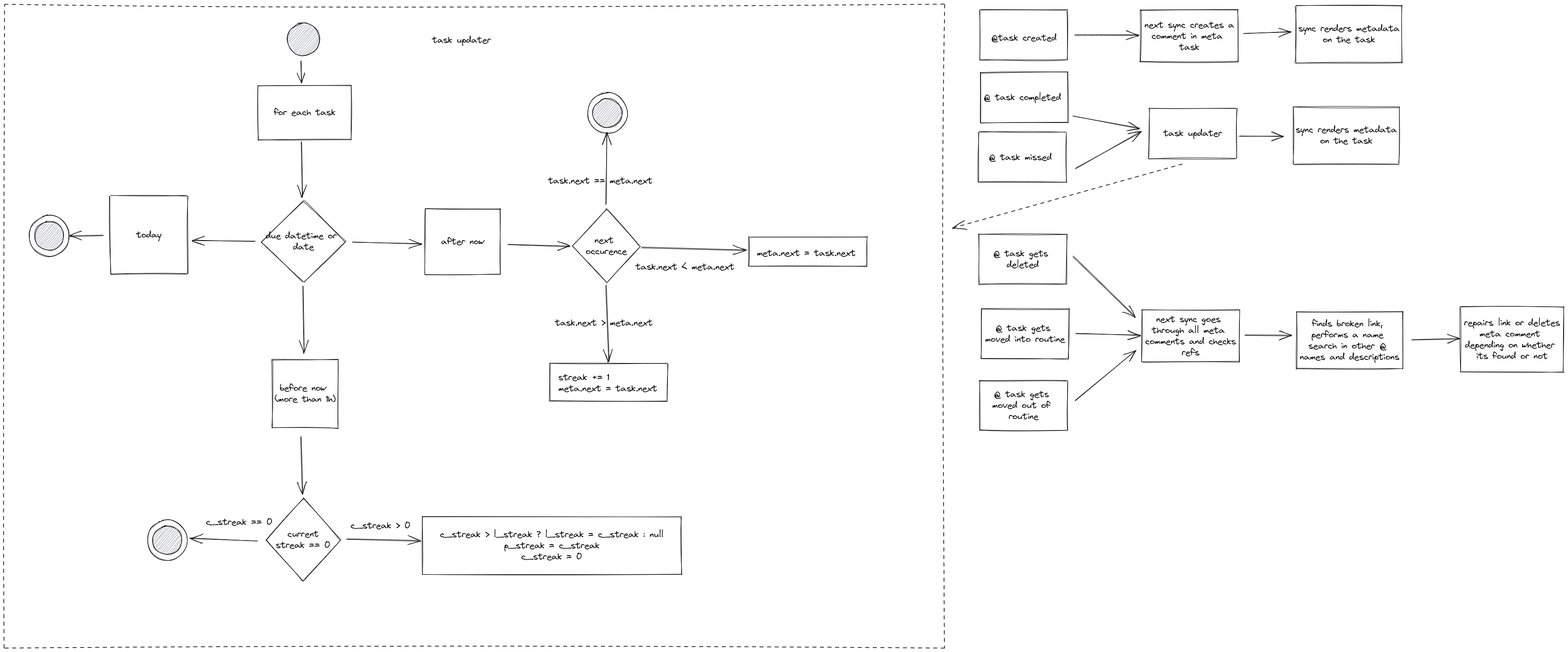
Above: docs/todoist-habits.excalidraw.png in hpdobrica/todoist-habits (Excalidraw), before the change. Source tidied: one line per element, renumbered; positions are measured from the earlier drawing's top-left corner, leaving out a move shared by most shapes. Source of this version:
```json
{"id": 0, "type": "rectangle", "strokeColor": "#000000", "strokeWidth": 1, "roughness": 1, "x": 2197, "y": 13, "width": 197, "height": 113}
{"id": 1, "type": "rectangle", "strokeColor": "#000000", "strokeWidth": 1, "roughness": 1, "x": 2577, "y": 234, "width": 197, "height": 113}
{"id": 2, "type": "text", "text": "@task created", "strokeColor": "#000000", "strokeWidth": 1, "roughness": 1, "fontSize": 20, "fontFamily": 1, "textAlign": "center", "verticalAlign": "middle", "inside": 0, "x": 2220, "y": 63, "width": 150, "height": 25}
{"id": 3, "type": "text", "text": "task updater", "strokeColor": "#000000", "strokeWidth": 1, "roughness": 1, "fontSize": 20, "fontFamily": 1, "textAlign": "center", "verticalAlign": "middle", "inside": 1, "x": 2582, "y": 278, "width": 187, "height": 25}
{"id": 4, "type": "arrow", "strokeColor": "#000000", "strokeWidth": 1, "roughness": 1, "endArrowhead": "arrow", "from": 0, "to": 5, "x": 2410, "y": 68, "width": 146, "height": 1, "points": [[0, 0], [146, 1]]}
{"id": 5, "type": "rectangle", "strokeColor": "#000000", "strokeWidth": 1, "roughness": 1, "x": 2558, "y": 13, "width": 220, "height": 117}
{"id": 6, "type": "text", "text": "next sync creates a\ncomment in meta \ntask", "strokeColor": "#000000", "strokeWidth": 1, "roughness": 1, "fontSize": 20, "fontFamily": 1, "textAlign": "center", "verticalAlign": "middle", "inside": 5, "x": 2563, "y": 34, "width": 210, "height": 75}
{"id": 7, "type": "rectangle", "strokeColor": "#000000", "strokeWidth": 1, "roughness": 1, "x": 2908, "y": 3, "width": 239, "height": 129}
{"id": 8, "type": "arrow", "strokeColor": "#000000", "strokeWidth": 1, "roughness": 1, "endArrowhead": "arrow", "from": 5, "to": 7, "x": 2790, "y": 65, "width": 107, "height": 4, "points": [[0, 0], [107, -4]]}
{"id": 9, "type": "text", "text": "sync renders metadata\non the task", "strokeColor": "#000000", "strokeWidth": 1, "roughness": 1, "fontSize": 20, "fontFamily": 1, "textAlign": "center", "verticalAlign": "middle", "inside": 7, "x": 2913, "y": 42, "width": 229, "height": 50}
{"id": 10, "type": "rectangle", "strokeColor": "#000000", "strokeWidth": 1, "roughness": 1, "x": 2902, "y": 231, "width": 239, "height": 129}
{"id": 11, "type": "text", "text": "sync renders metadata\non the task", "strokeColor": "#000000", "strokeWidth": 1, "roughness": 1, "fontSize": 20, "fontFamily": 1, "textAlign": "center", "verticalAlign": "middle", "inside": 10, "x": 2907, "y": 270, "width": 229, "height": 50}
{"id": 12, "type": "rectangle", "strokeColor": "#000000", "strokeWidth": 1, "roughness": 1, "x": 2195, "y": 517, "width": 197, "height": 113}
{"id": 13, "type": "rectangle", "strokeColor": "#000000", "strokeWidth": 1, "roughness": 1, "x": 2200, "y": 685, "width": 197, "height": 113}
{"id": 14, "type": "rectangle", "strokeColor": "#000000", "strokeWidth": 1, "roughness": 1, "x": 2196, "y": 847, "width": 197, "height": 113}
{"id": 15, "type": "text", "text": "@ task gets \ndeleted", "strokeColor": "#000000", "strokeWidth": 1, "roughness": 1, "fontSize": 20, "fontFamily": 1, "textAlign": "center", "verticalAlign": "middle", "inside": 12, "x": 2200, "y": 549, "width": 187, "height": 50}
{"id": 16, "type": "text", "text": "@ task gets \nmoved into routine", "strokeColor": "#000000", "strokeWidth": 1, "roughness": 1, "fontSize": 20, "fontFamily": 1, "textAlign": "center", "verticalAlign": "middle", "inside": 13, "x": 2205, "y": 717, "width": 187, "height": 50}
{"id": 17, "type": "text", "text": "@ task gets \nmoved out of \nroutine", "strokeColor": "#000000", "strokeWidth": 1, "roughness": 1, "fontSize": 20, "fontFamily": 1, "textAlign": "center", "verticalAlign": "middle", "inside": 14, "x": 2201, "y": 866, "width": 187, "height": 75}
{"id": 18, "type": "arrow", "strokeColor": "#000000", "strokeWidth": 1, "roughness": 1, "endArrowhead": "arrow", "from": 13, "to": 19, "x": 2412, "y": 742, "width": 146, "height": 2, "points": [[0, 0], [146, 2]]}
{"id": 19, "type": "rectangle", "strokeColor": "#000000", "strokeWidth": 1, "roughness": 1, "x": 2561, "y": 688, "width": 220, "height": 117}
{"id": 20, "type": "text", "text": "next sync goes \nthrough all meta \ncomments and checks\nrefs", "strokeColor": "#000000", "strokeWidth": 1, "roughness": 1, "fontSize": 20, "fontFamily": 1, "textAlign": "center", "verticalAlign": "middle", "inside": 19, "x": 2566, "y": 697, "width": 210, "height": 100}
{"id": 21, "type": "rectangle", "strokeColor": "#000000", "strokeWidth": 1, "roughness": 1, "x": 2910, "y": 693, "width": 239, "height": 129}
{"id": 22, "type": "arrow", "strokeColor": "#000000", "strokeWidth": 1, "roughness": 1, "endArrowhead": "arrow", "from": 19, "to": 21, "x": 2792, "y": 746, "width": 106, "height": 0, "points": [[0, 0], [106, 0]]}
{"id": 23, "type": "text", "text": "finds broken link, \nperforms a name \nsearch in other @ \nnames and descriptions", "strokeColor": "#000000", "strokeWidth": 1, "roughness": 1, "fontSize": 20, "fontFamily": 1, "textAlign": "center", "verticalAlign": "middle", "inside": 21, "x": 2915, "y": 707, "width": 229, "height": 100}
{"id": 24, "type": "arrow", "strokeColor": "#000000", "strokeWidth": 1, "roughness": 1, "endArrowhead": "arrow", "from": 21, "to": 25, "x": 3168, "y": 755, "width": 109, "height": 1, "points": [[0, 0], [109, -1]]}
{"id": 25, "type": "rectangle", "strokeColor": "#000000", "strokeWidth": 1, "roughness": 1, "x": 3278, "y": 681, "width": 233, "height": 147}
{"id": 26, "type": "text", "text": "repairs link or deletes\nmeta comment \ndepending on whether \nits found or not", "strokeColor": "#000000", "strokeWidth": 1, "roughness": 1, "fontSize": 20, "fontFamily": 1, "textAlign": "center", "verticalAlign": "middle", "inside": 25, "x": 3283, "y": 705, "width": 223, "height": 100}
{"id": 27, "type": "rectangle", "strokeColor": "#000000", "strokeWidth": 1, "roughness": 1, "x": 2198, "y": 153, "width": 197, "height": 113}
{"id": 28, "type": "rectangle", "strokeColor": "#000000", "strokeWidth": 1, "roughness": 1, "x": 2194, "y": 288, "width": 197, "height": 113}
{"id": 29, "type": "text", "text": "@ task completed ", "strokeColor": "#000000", "strokeWidth": 1, "roughness": 1, "fontSize": 20, "fontFamily": 1, "textAlign": "center", "verticalAlign": "middle", "inside": 27, "x": 2203, "y": 197, "width": 187, "height": 25}
{"id": 30, "type": "text", "text": "@ task missed ", "strokeColor": "#000000", "strokeWidth": 1, "roughness": 1, "fontSize": 20, "fontFamily": 1, "textAlign": "center", "verticalAlign": "middle", "inside": 28, "x": 2199, "y": 332, "width": 187, "height": 25}
{"id": 31, "type": "arrow", "strokeColor": "#000000", "strokeWidth": 1, "roughness": 1, "endArrowhead": "arrow", "from": 27, "to": 1, "x": 2407, "y": 251, "width": 151, "height": 27, "points": [[0, 0], [151, 27]]}
{"id": 32, "type": "arrow", "strokeColor": "#000000", "strokeWidth": 1, "roughness": 1, "endArrowhead": "arrow", "from": 28, "to": 1, "x": 2412, "y": 370, "width": 148, "height": 83, "points": [[0, 0], [148, -83]]}
{"id": 33, "type": "rectangle", "strokeColor": "#000000", "strokeWidth": 1, "roughness": 1, "x": 571, "y": 183, "width": 210, "height": 121}
{"id": 34, "type": "text", "text": "for each task", "strokeColor": "#000000", "strokeWidth": 1, "roughness": 1, "fontSize": 20, "fontFamily": 1, "textAlign": "center", "verticalAlign": "middle", "inside": 33, "x": 576, "y": 231, "width": 200, "height": 25}
{"id": 35, "type": "diamond", "strokeColor": "#000000", "strokeWidth": 1, "roughness": 1, "x": 579, "y": 443, "width": 189, "height": 183}
{"id": 36, "type": "text", "text": "due datetime or \ndate", "strokeColor": "#000000", "strokeWidth": 1, "roughness": 1, "fontSize": 20, "fontFamily": 1, "textAlign": "center", "verticalAlign": "middle", "inside": 35, "x": 584, "y": 509, "width": 179, "height": 50}
{"id": 37, "type": "arrow", "strokeColor": "#000000", "strokeWidth": 1, "roughness": 1, "endArrowhead": "arrow", "from": 33, "to": 35, "x": 669, "y": 310, "width": 3, "height": 124, "points": [[0, 0], [3, 124]]}
{"id": 38, "type": "arrow", "strokeColor": "#000000", "strokeWidth": 1, "roughness": 1, "endArrowhead": "arrow", "from": 35, "to": 39, "x": 564, "y": 535, "width": 140, "height": 4, "points": [[0, 0], [-140, -4]]}
{"id": 39, "type": "rectangle", "strokeColor": "#000000", "strokeWidth": 1, "roughness": 1, "x": 238, "y": 431, "width": 174, "height": 176}
{"id": 40, "type": "text", "text": "today", "strokeColor": "#000000", "strokeWidth": 1, "roughness": 1, "fontSize": 20, "fontFamily": 1, "textAlign": "center", "verticalAlign": "middle", "inside": 39, "x": 243, "y": 507, "width": 164, "height": 25}
{"id": 41, "type": "arrow", "strokeColor": "#000000", "strokeWidth": 1, "roughness": 1, "endArrowhead": "arrow", "from": 39, "to": 80, "x": 222, "y": 521, "width": 76, "height": 1, "points": [[0, 0], [-76, 1]]}
{"id": 42, "type": "arrow", "strokeColor": "#000000", "strokeWidth": 1, "roughness": 1, "endArrowhead": "arrow", "from": 35, "to": 43, "x": 673, "y": 634, "width": 2, "height": 150, "points": [[0, 0], [2, 150]]}
{"id": 43, "type": "rectangle", "strokeColor": "#000000", "strokeWidth": 1, "roughness": 1, "x": 602, "y": 800, "width": 149, "height": 154}
{"id": 44, "type": "text", "text": "before now \n(more than 1h)", "strokeColor": "#000000", "strokeWidth": 1, "roughness": 1, "fontSize": 20, "fontFamily": 1, "textAlign": "center", "verticalAlign": "middle", "inside": 43, "x": 607, "y": 852, "width": 139, "height": 50}
{"id": 45, "type": "arrow", "strokeColor": "#000000", "strokeWidth": 1, "roughness": 1, "endArrowhead": "arrow", "from": 43, "to": 46, "x": 668, "y": 973, "width": 4, "height": 131, "points": [[0, 0], [4, 131]]}
{"id": 46, "type": "diamond", "strokeColor": "#000000", "strokeWidth": 1, "roughness": 1, "x": 588, "y": 1113, "width": 169, "height": 187}
{"id": 47, "type": "text", "text": "current\nstreak == 0", "strokeColor": "#000000", "strokeWidth": 1, "roughness": 1, "fontSize": 20, "fontFamily": 1, "textAlign": "center", "verticalAlign": "middle", "inside": 46, "x": 593, "y": 1181, "width": 159, "height": 50}
{"id": 48, "type": "arrow", "strokeColor": "#000000", "strokeWidth": 1, "roughness": 1, "endArrowhead": "arrow", "from": 46, "to": 83, "x": 570, "y": 1208, "width": 153, "height": 6, "points": [[0, 0], [-153, -6]]}
{"id": 49, "type": "text", "text": "c_streak == 0", "strokeColor": "#000000", "strokeWidth": 1, "roughness": 1, "fontSize": 20, "fontFamily": 1, "x": 454, "y": 1154, "width": 151, "height": 25}
{"id": 50, "type": "arrow", "strokeColor": "#000000", "strokeWidth": 1, "roughness": 1, "endArrowhead": "arrow", "from": 46, "to": 52, "x": 770, "y": 1205, "width": 168, "height": 3, "points": [[0, 0], [168, 3]]}
{"id": 51, "type": "text", "text": "c_streak > 0", "strokeColor": "#000000", "strokeWidth": 1, "roughness": 1, "fontSize": 20, "fontFamily": 1, "x": 780, "y": 1162, "width": 136, "height": 25}
{"id": 52, "type": "rectangle", "strokeColor": "#000000", "strokeWidth": 1, "roughness": 1, "x": 941, "y": 1154, "width": 583, "height": 130}
{"id": 53, "type": "text", "text": "c_streak > l_streak ? l_streak = c_streak : null\np_streak = c_streak\nc_streak = 0", "strokeColor": "#000000", "strokeWidth": 1, "roughness": 1, "fontSize": 20, "fontFamily": 1, "textAlign": "center", "verticalAlign": "middle", "inside": 52, "x": 946, "y": 1182, "width": 573, "height": 75}
{"id": 54, "type": "arrow", "strokeColor": "#000000", "strokeWidth": 1, "roughness": 1, "endArrowhead": "arrow", "from": 35, "to": 55, "x": 783, "y": 536, "width": 156, "height": 3, "points": [[0, 0], [156, 3]]}
{"id": 55, "type": "rectangle", "strokeColor": "#000000", "strokeWidth": 1, "roughness": 1, "x": 947, "y": 460, "width": 170, "height": 149}
{"id": 56, "type": "text", "text": "after now", "strokeColor": "#000000", "strokeWidth": 1, "roughness": 1, "fontSize": 20, "fontFamily": 1, "textAlign": "center", "verticalAlign": "middle", "inside": 55, "x": 952, "y": 522, "width": 160, "height": 25}
{"id": 57, "type": "arrow", "strokeColor": "#000000", "strokeWidth": 1, "roughness": 1, "endArrowhead": "arrow", "from": 55, "to": 58, "x": 1134, "y": 541, "width": 139, "height": 5, "points": [[0, 0], [139, 5]]}
{"id": 58, "type": "diamond", "strokeColor": "#000000", "strokeWidth": 1, "roughness": 1, "x": 1279, "y": 460, "width": 152, "height": 167}
{"id": 59, "type": "text", "text": "next \noccurence", "strokeColor": "#000000", "strokeWidth": 1, "roughness": 1, "fontSize": 20, "fontFamily": 1, "textAlign": "center", "verticalAlign": "middle", "inside": 58, "x": 1284, "y": 519, "width": 142, "height": 50}
{"id": 60, "type": "arrow", "strokeColor": "#000000", "strokeWidth": 1, "roughness": 1, "endArrowhead": "arrow", "from": 58, "to": 62, "x": 1354, "y": 451, "width": 3, "height": 162, "points": [[0, 0], [3, -162]]}
{"id": 61, "type": "text", "text": "task.next == meta.next", "strokeColor": "#000000", "strokeWidth": 1, "roughness": 1, "fontSize": 20, "fontFamily": 1, "x": 1225, "y": 385, "width": 236, "height": 25}
{"id": 62, "type": "ellipse", "strokeColor": "#000000", "backgroundColor": "#868e96", "fillStyle": "hachure", "strokeWidth": 1, "roughness": 1, "x": 1325, "y": 213, "width": 66, "height": 64}
{"id": 63, "type": "ellipse", "strokeColor": "#000000", "strokeWidth": 1, "roughness": 1, "x": 1313, "y": 199, "width": 90, "height": 92}
{"id": 64, "type": "arrow", "strokeColor": "#000000", "strokeWidth": 1, "roughness": 1, "endArrowhead": "arrow", "from": 58, "to": 66, "x": 1356, "y": 631, "width": 7, "height": 172, "points": [[0, 0], [7, 172]]}
{"id": 65, "type": "text", "text": "task.next > meta.next", "strokeColor": "#000000", "strokeWidth": 1, "roughness": 1, "fontSize": 20, "fontFamily": 1, "x": 1240, "y": 705, "width": 221, "height": 25}
{"id": 66, "type": "rectangle", "strokeColor": "#000000", "strokeWidth": 1, "roughness": 1, "x": 1228, "y": 809, "width": 265, "height": 84}
{"id": 67, "type": "text", "text": "streak += 1\nmeta.next = task.next", "strokeColor": "#000000", "strokeWidth": 1, "roughness": 1, "fontSize": 20, "fontFamily": 1, "x": 1247, "y": 828, "width": 223, "height": 50}
{"id": 68, "type": "arrow", "strokeColor": "#000000", "strokeWidth": 1, "roughness": 1, "endArrowhead": "arrow", "from": 58, "to": 70, "x": 1434, "y": 548, "width": 235, "height": 6, "points": [[0, 0], [235, 6]]}
{"id": 69, "type": "text", "text": "task.next < meta.next", "strokeColor": "#000000", "strokeWidth": 1, "roughness": 1, "fontSize": 20, "fontFamily": 1, "x": 1422, "y": 579, "width": 223, "height": 25}
{"id": 70, "type": "rectangle", "strokeColor": "#000000", "strokeWidth": 1, "roughness": 1, "x": 1677, "y": 524, "width": 265, "height": 66}
{"id": 71, "type": "text", "text": "meta.next = task.next", "strokeColor": "#000000", "strokeWidth": 1, "roughness": 1, "fontSize": 20, "fontFamily": 1, "x": 1694, "y": 548, "width": 223, "height": 25}
{"id": 72, "type": "rectangle", "strokeColor": "#000000", "strokeWidth": 1, "strokeStyle": "dashed", "roughness": 1, "x": 0, "y": 0, "width": 2117, "height": 1450}
{"id": 73, "type": "text", "text": "task updater", "strokeColor": "#000000", "strokeWidth": 1, "strokeStyle": "dashed", "roughness": 1, "fontSize": 20, "fontFamily": 1, "x": 963, "y": 68, "width": 133, "height": 25}
{"id": 74, "type": "arrow", "strokeColor": "#000000", "strokeWidth": 1, "strokeStyle": "dashed", "roughness": 1, "endArrowhead": "arrow", "from": 1, "to": 72, "x": 2652, "y": 359, "width": 516, "height": 145, "points": [[0, 0], [-516, 145]]}
{"id": 75, "type": "arrow", "strokeColor": "#000000", "strokeWidth": 1, "roughness": 1, "endArrowhead": "arrow", "from": 14, "to": 19, "x": 2411, "y": 892, "width": 135, "height": 112, "points": [[0, 0], [135, -112]]}
{"id": 76, "type": "arrow", "strokeColor": "#000000", "strokeWidth": 1, "roughness": 1, "endArrowhead": "arrow", "from": 12, "to": 19, "x": 2406, "y": 567, "width": 140, "height": 137, "points": [[0, 0], [140, 137]]}
{"id": 77, "type": "arrow", "strokeColor": "#000000", "strokeWidth": 1, "roughness": 1, "endArrowhead": "arrow", "from": 1, "to": 10, "x": 2781, "y": 297, "width": 100, "height": 0, "points": [[0, 0], [100, 0]]}
{"id": 78, "type": "ellipse", "strokeColor": "#000000", "backgroundColor": "#868e96", "fillStyle": "hachure", "strokeWidth": 1, "roughness": 1, "x": 637, "y": 41, "width": 72, "height": 74}
{"id": 79, "type": "arrow", "strokeColor": "#000000", "backgroundColor": "#868e96", "fillStyle": "hachure", "strokeWidth": 1, "roughness": 1, "endArrowhead": "arrow", "from": 78, "to": 33, "x": 668, "y": 127, "width": 1, "height": 50, "points": [[0, 0], [1, 50]]}
{"id": 80, "type": "ellipse", "strokeColor": "#000000", "backgroundColor": "#868e96", "fillStyle": "hachure", "strokeWidth": 1, "roughness": 1, "x": 68, "y": 489, "width": 66, "height": 64}
{"id": 81, "type": "ellipse", "strokeColor": "#000000", "strokeWidth": 1, "roughness": 1, "x": 56, "y": 475, "width": 90, "height": 92}
{"id": 82, "type": "ellipse", "strokeColor": "#000000", "backgroundColor": "#868e96", "fillStyle": "hachure", "strokeWidth": 1, "roughness": 1, "x": 334, "y": 1175, "width": 66, "height": 64}
{"id": 83, "type": "ellipse", "strokeColor": "#000000", "strokeWidth": 1, "roughness": 1, "x": 322, "y": 1161, "width": 90, "height": 92}
```
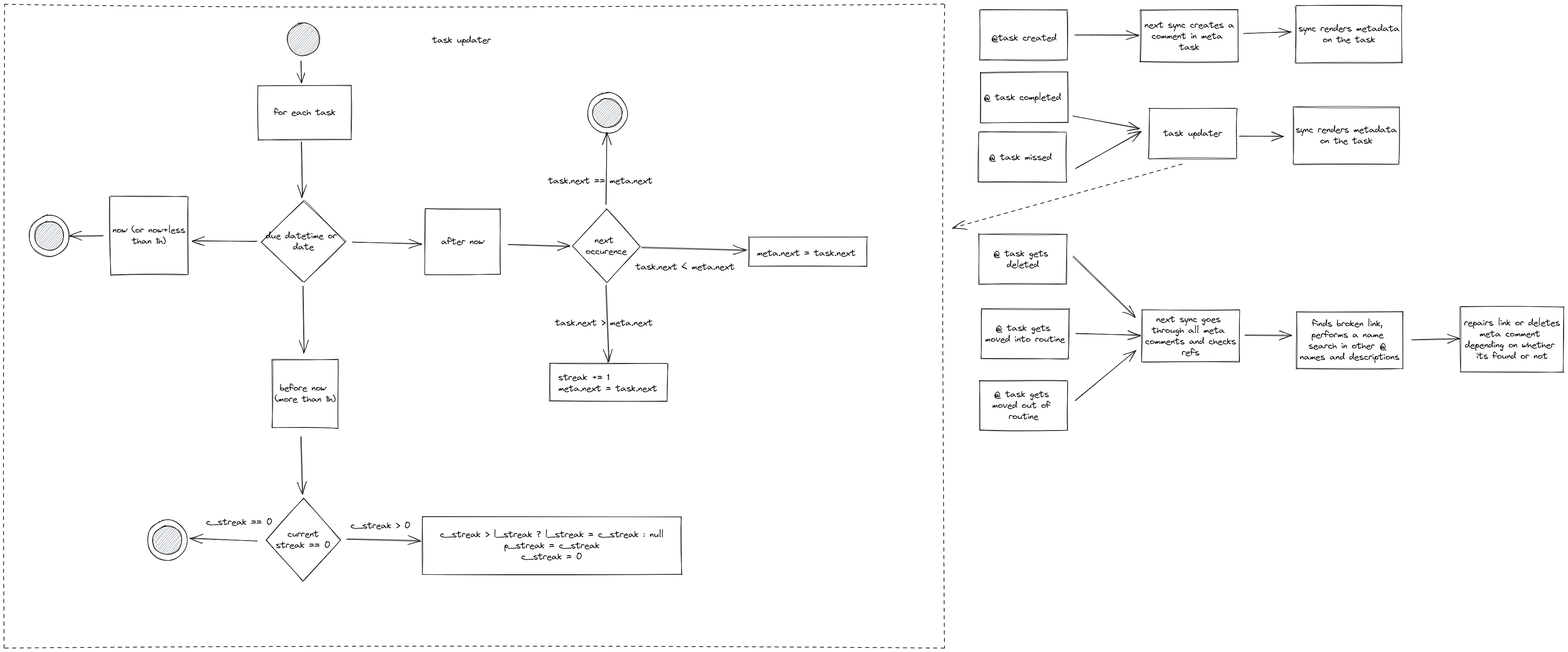
The same file after the commit.

Commit message:
wow excalidraw is awesome lol

Change to the diagram source:
```diff
@@ -36,10 +36,10 @@
 {"id": 35, "type": "diamond", "strokeColor": "#000000", "strokeWidth": 1, "roughness": 1, "x": 579, "y": 443, "width": 189, "height": 183}
 {"id": 36, "type": "text", "text": "due datetime or \ndate", "strokeColor": "#000000", "strokeWidth": 1, "roughness": 1, "fontSize": 20, "fontFamily": 1, "textAlign": "center", "verticalAlign": "middle", "inside": 35, "x": 584, "y": 509, "width": 179, "height": 50}
 {"id": 37, "type": "arrow", "strokeColor": "#000000", "strokeWidth": 1, "roughness": 1, "endArrowhead": "arrow", "from": 33, "to": 35, "x": 669, "y": 310, "width": 3, "height": 124, "points": [[0, 0], [3, 124]]}
-{"id": 38, "type": "arrow", "strokeColor": "#000000", "strokeWidth": 1, "roughness": 1, "endArrowhead": "arrow", "from": 35, "to": 39, "x": 564, "y": 535, "width": 140, "height": 4, "points": [[0, 0], [-140, -4]]}
+{"id": 38, "type": "arrow", "strokeColor": "#000000", "strokeWidth": 1, "roughness": 1, "endArrowhead": "arrow", "from": 35, "to": 39, "x": 568, "y": 535, "width": 144, "height": 3, "points": [[0, 0], [-144, -3]]}
-{"id": 39, "type": "rectangle", "strokeColor": "#000000", "strokeWidth": 1, "roughness": 1, "x": 238, "y": 431, "width": 174, "height": 176}
+{"id": 39, "type": "rectangle", "strokeColor": "#000000", "strokeWidth": 1, "roughness": 1, "x": 238, "y": 433, "width": 175, "height": 176}
-{"id": 40, "type": "text", "text": "today", "strokeColor": "#000000", "strokeWidth": 1, "roughness": 1, "fontSize": 20, "fontFamily": 1, "textAlign": "center", "verticalAlign": "middle", "inside": 39, "x": 243, "y": 507, "width": 164, "height": 25}
+{"id": 40, "type": "text", "text": "now (or now+less\nthan 1h)", "strokeColor": "#000000", "strokeWidth": 1, "roughness": 1, "fontSize": 20, "fontFamily": 1, "textAlign": "center", "verticalAlign": "middle", "inside": 39, "x": 243, "y": 496, "width": 165, "height": 50}
-{"id": 41, "type": "arrow", "strokeColor": "#000000", "strokeWidth": 1, "roughness": 1, "endArrowhead": "arrow", "from": 39, "to": 80, "x": 222, "y": 521, "width": 76, "height": 1, "points": [[0, 0], [-76, 1]]}
+{"id": 41, "type": "arrow", "strokeColor": "#000000", "strokeWidth": 1, "roughness": 1, "endArrowhead": "arrow", "from": 39, "to": 80, "x": 222, "y": 522, "width": 76, "height": 1, "points": [[0, 0], [-76, 1]]}
 {"id": 42, "type": "arrow", "strokeColor": "#000000", "strokeWidth": 1, "roughness": 1, "endArrowhead": "arrow", "from": 35, "to": 43, "x": 673, "y": 634, "width": 2, "height": 150, "points": [[0, 0], [2, 150]]}
 {"id": 43, "type": "rectangle", "strokeColor": "#000000", "strokeWidth": 1, "roughness": 1, "x": 602, "y": 800, "width": 149, "height": 154}
 {"id": 44, "type": "text", "text": "before now \n(more than 1h)", "strokeColor": "#000000", "strokeWidth": 1, "roughness": 1, "fontSize": 20, "fontFamily": 1, "textAlign": "center", "verticalAlign": "middle", "inside": 43, "x": 607, "y": 852, "width": 139, "height": 50}
```
